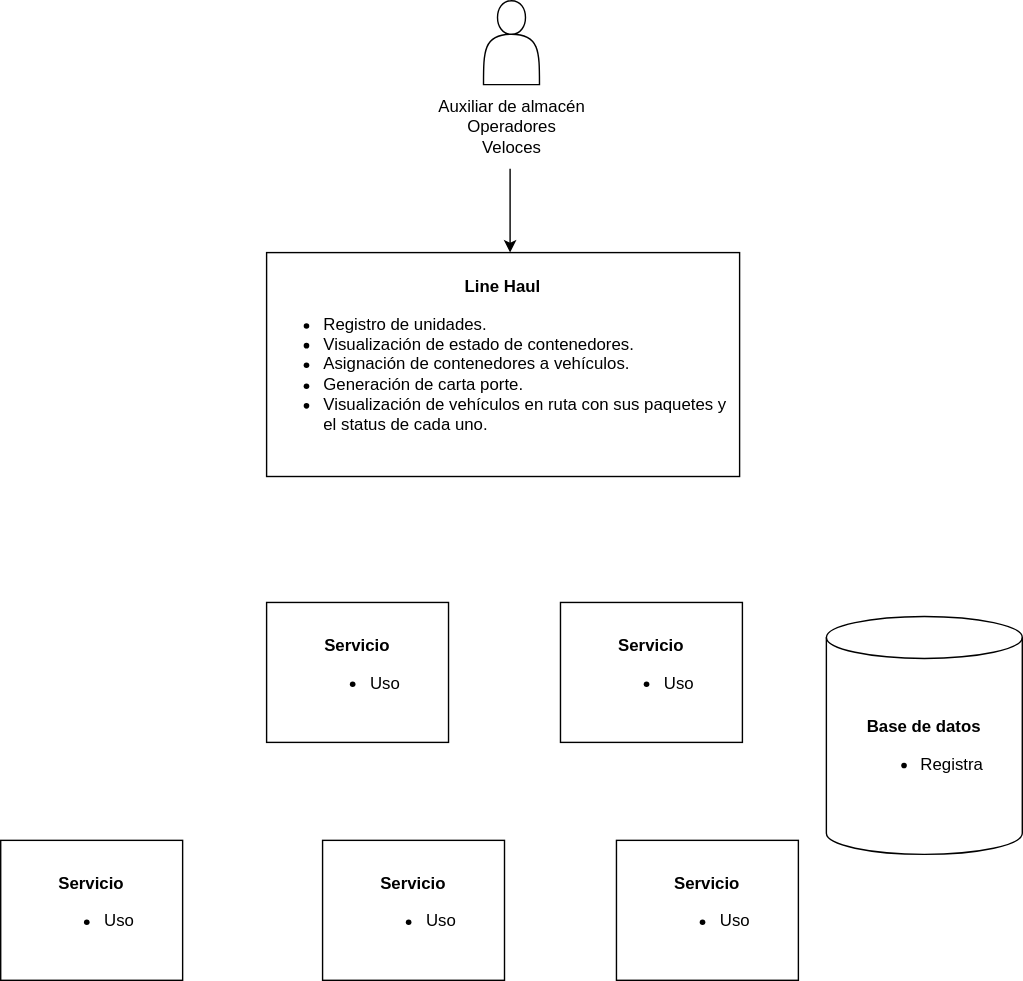
dani99m/Diagramas keeps this draw.io diagram as Diagrama C2 Line Haul.svg. Above is the earlier version. Source tidied: cells renumbered, new cells last; positions are measured from the earlier drawing's top-left corner, leaving out a move shared by most shapes.
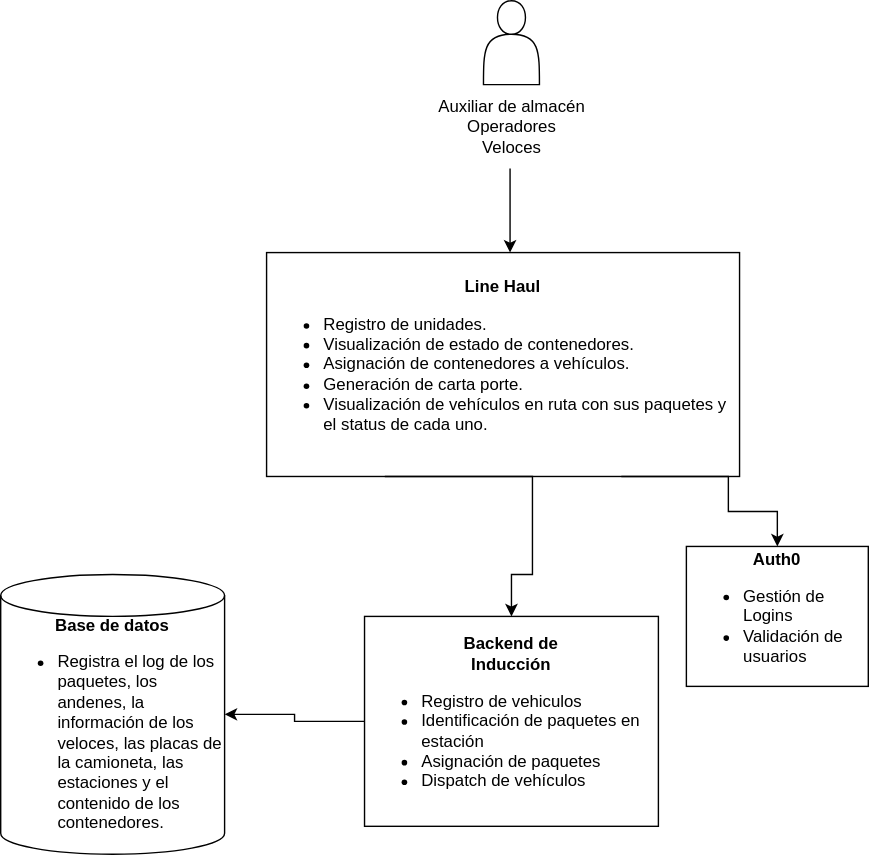
Above is the later version.

Change to the diagram source:
```diff
@@ -25,23 +25,37 @@
         <mxPoint x="465" y="350" as="targetPoint" />
       </mxGeometry>
     </mxCell>
-    <mxCell id="7" value="&lt;b&gt;Servicio&lt;/b&gt;&lt;br&gt;&lt;div style=&quot;text-align: left;&quot;&gt;&lt;ul&gt;&lt;li&gt;&lt;span style=&quot;background-color: initial;&quot;&gt;Uso&lt;/span&gt;&lt;/li&gt;&lt;/ul&gt;&lt;/div&gt;" style="rounded=0;whiteSpace=wrap;html=1;" parent="1" vertex="1">
-      <mxGeometry x="400" y="430" width="130" height="100" as="geometry" />
-    </mxCell>
-    <mxCell id="8" value="&lt;b&gt;Base de datos&lt;/b&gt;&lt;br&gt;&lt;div style=&quot;text-align: left;&quot;&gt;&lt;ul&gt;&lt;li&gt;&lt;span style=&quot;background-color: initial;&quot;&gt;Registra&lt;/span&gt;&lt;/li&gt;&lt;/ul&gt;&lt;/div&gt;" style="shape=cylinder3;whiteSpace=wrap;html=1;boundedLbl=1;backgroundOutline=1;size=15;" parent="1" vertex="1">
-      <mxGeometry x="590" y="440" width="140" height="170" as="geometry" />
-    </mxCell>
-    <mxCell id="9" value="&lt;b&gt;Servicio&lt;/b&gt;&lt;br&gt;&lt;div style=&quot;text-align: left;&quot;&gt;&lt;ul&gt;&lt;li&gt;&lt;span style=&quot;background-color: initial;&quot;&gt;Uso&lt;/span&gt;&lt;/li&gt;&lt;/ul&gt;&lt;/div&gt;" style="rounded=0;whiteSpace=wrap;html=1;" parent="1" vertex="1">
-      <mxGeometry x="190" y="430" width="130" height="100" as="geometry" />
-    </mxCell>
-    <mxCell id="10" value="&lt;b&gt;Servicio&lt;/b&gt;&lt;br&gt;&lt;div style=&quot;text-align: left;&quot;&gt;&lt;ul&gt;&lt;li&gt;&lt;span style=&quot;background-color: initial;&quot;&gt;Uso&lt;/span&gt;&lt;/li&gt;&lt;/ul&gt;&lt;/div&gt;" style="rounded=0;whiteSpace=wrap;html=1;" parent="1" vertex="1">
-      <mxGeometry y="600" width="130" height="100" as="geometry" />
-    </mxCell>
-    <mxCell id="11" value="&lt;b&gt;Servicio&lt;/b&gt;&lt;br&gt;&lt;div style=&quot;text-align: left;&quot;&gt;&lt;ul&gt;&lt;li&gt;&lt;span style=&quot;background-color: initial;&quot;&gt;Uso&lt;/span&gt;&lt;/li&gt;&lt;/ul&gt;&lt;/div&gt;" style="rounded=0;whiteSpace=wrap;html=1;" parent="1" vertex="1">
-      <mxGeometry x="230" y="600" width="130" height="100" as="geometry" />
-    </mxCell>
-    <mxCell id="12" value="&lt;b&gt;Servicio&lt;/b&gt;&lt;br&gt;&lt;div style=&quot;text-align: left;&quot;&gt;&lt;ul&gt;&lt;li&gt;&lt;span style=&quot;background-color: initial;&quot;&gt;Uso&lt;/span&gt;&lt;/li&gt;&lt;/ul&gt;&lt;/div&gt;" style="rounded=0;whiteSpace=wrap;html=1;" parent="1" vertex="1">
-      <mxGeometry x="440" y="600" width="130" height="100" as="geometry" />
-    </mxCell>
+    <mxCell id="13" style="edgeStyle=orthogonalEdgeStyle;rounded=0;jettySize=auto;html=1;exitX=0.25;exitY=1;exitDx=0;exitDy=0;entryX=0.5;entryY=0;entryDx=0;entryDy=0;" parent="1" edge="1" target="18">
+      <mxGeometry relative="1" as="geometry">
+        <mxPoint x="274.5" y="340" as="sourcePoint" />
+        <Array as="points">
+          <mxPoint x="380" y="340" />
+          <mxPoint x="380" y="410" />
+          <mxPoint x="365" y="410" />
+        </Array>
+      </mxGeometry>
+    </mxCell>
+    <mxCell id="14" style="edgeStyle=orthogonalEdgeStyle;rounded=0;jettySize=auto;html=1;exitX=0.75;exitY=1;exitDx=0;exitDy=0;entryX=0.5;entryY=0;entryDx=0;entryDy=0;" parent="1" edge="1" target="15">
+      <mxGeometry relative="1" as="geometry">
+        <mxPoint x="443.5" y="340" as="sourcePoint" />
+        <Array as="points">
+          <mxPoint x="520" y="340" />
+          <mxPoint x="520" y="365" />
+          <mxPoint x="555" y="365" />
+        </Array>
+      </mxGeometry>
+    </mxCell>
+    <mxCell id="15" value="&lt;b&gt;Auth0&lt;/b&gt;&lt;br&gt;&lt;div style=&quot;text-align: left;&quot;&gt;&lt;ul&gt;&lt;li&gt;&lt;span style=&quot;background-color: initial;&quot;&gt;Gestión de Logins&lt;/span&gt;&lt;/li&gt;&lt;li&gt;&lt;span style=&quot;background-color: initial;&quot;&gt;Validación de usuarios&lt;/span&gt;&lt;/li&gt;&lt;/ul&gt;&lt;/div&gt;" style="rounded=0;whiteSpace=wrap;html=1;" parent="1" vertex="1">
+      <mxGeometry x="490" y="390" width="130" height="100" as="geometry" />
+    </mxCell>
+    <mxCell id="16" value="&lt;b&gt;Base de datos&lt;/b&gt;&lt;br&gt;&lt;div style=&quot;text-align: left;&quot;&gt;&lt;ul&gt;&lt;li&gt;&lt;span style=&quot;background-color: initial;&quot;&gt;Registra el log de los paquetes, los andenes, la información de los veloces, las placas de la camioneta, las estaciones y el contenido de los contenedores.&lt;/span&gt;&lt;/li&gt;&lt;/ul&gt;&lt;/div&gt;" style="shape=cylinder3;whiteSpace=wrap;html=1;boundedLbl=1;backgroundOutline=1;size=15;" parent="1" vertex="1">
+      <mxGeometry y="410" width="160" height="200" as="geometry" />
+    </mxCell>
+    <mxCell id="17" style="edgeStyle=orthogonalEdgeStyle;rounded=0;jettySize=auto;html=1;exitX=0;exitY=0.5;exitDx=0;exitDy=0;entryX=1;entryY=0.5;entryDx=0;entryDy=0;entryPerimeter=0;" parent="1" edge="1" source="18" target="16">
+      <mxGeometry relative="1" as="geometry" />
+    </mxCell>
+    <mxCell id="18" value="&lt;b&gt;Backend de &lt;br&gt;Inducción&lt;/b&gt;&lt;br&gt;&lt;div style=&quot;text-align: left;&quot;&gt;&lt;ul&gt;&lt;li&gt;Registro de vehiculos&lt;/li&gt;&lt;li&gt;Identificación de paquetes en estación&lt;/li&gt;&lt;li&gt;Asignación de paquetes&lt;/li&gt;&lt;li&gt;Dispatch de vehículos&lt;/li&gt;&lt;/ul&gt;&lt;/div&gt;" style="rounded=0;whiteSpace=wrap;html=1;" parent="1" vertex="1">
+      <mxGeometry x="260" y="440" width="210" height="150" as="geometry" />
+    </mxCell>
   </root>
 </mxGraphModel>
```
